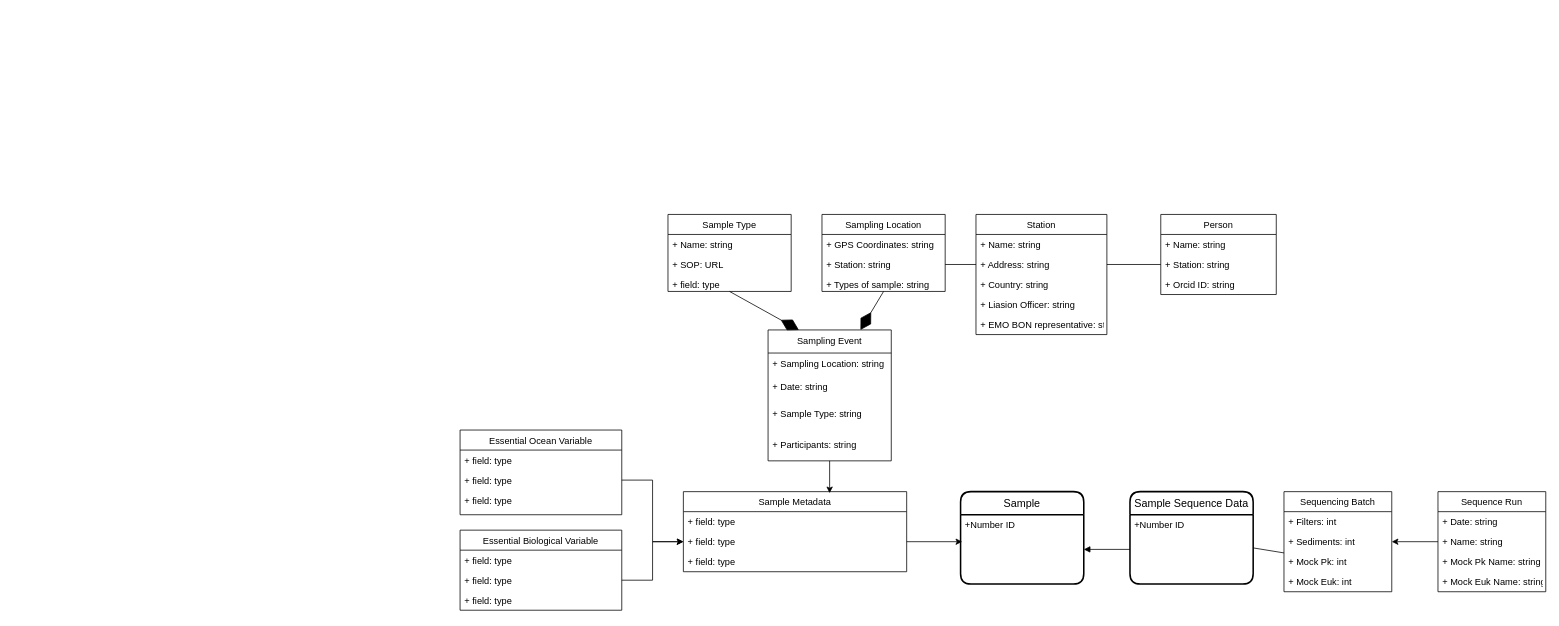
The draw.io diagram SampleAnalysisDataUML.drawio in emo-bon/RDF-Semantics, before the edit. Source tidied: cells renumbered, new cells numbered last; positions are measured from the earlier drawing's top-left corner, leaving out a move shared by most shapes. Both pictures are drawn from the tidied source at 77%, with x=0, y=0 at pixel (460, 214).
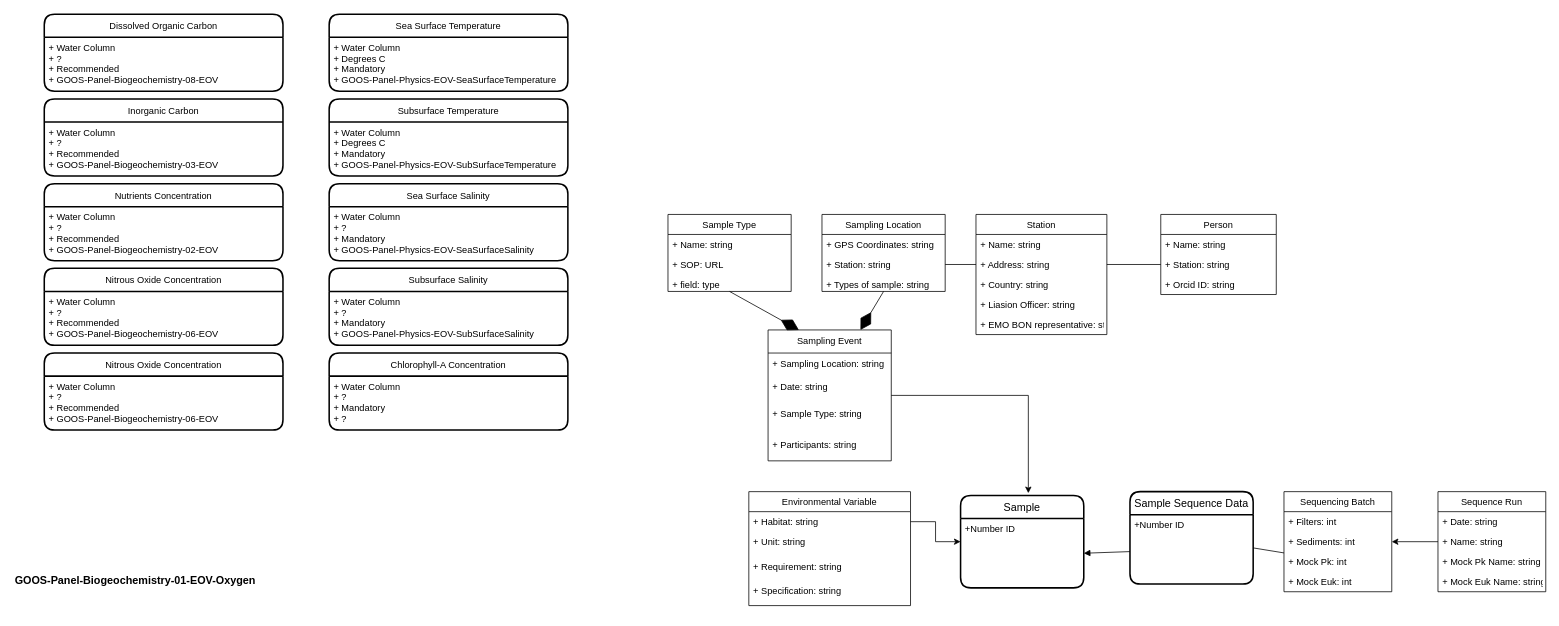
The same page after the edit.

The change refers to these unchanged cells:
```xml
<mxCell id="4" value="+Number ID" style="align=left;strokeColor=none;fillColor=none;spacingLeft=4;fontSize=12;verticalAlign=top;" parent="3" vertex="1">
  <mxGeometry y="30" width="160" height="90" as="geometry" />
</mxCell>
<mxCell id="11" value="Sampling Event" style="swimlane;fontStyle=0;horizontal=1;startSize=30;whiteSpace=wrap;html=1;" parent="1" vertex="1">
  <mxGeometry x="400" y="150" width="160" height="170" as="geometry" />
</mxCell>
```

The edit, as a diff of the source:
```diff
@@
-    <mxCell id="2" style="edgeStyle=orthogonalEdgeStyle;rounded=0;jettySize=auto;html=1;entryX=0.655;entryY=0.019;entryDx=0;entryDy=0;entryPerimeter=0;" parent="1" edge="1" source="11" target="20">
-      <mxGeometry relative="1" as="geometry" />
-    </mxCell>
     <mxCell id="3" value="Sample" style="swimlane;horizontal=1;startSize=30;rounded=1;fontSize=14;fontStyle=0;strokeWidth=2;shadow=0;dashed=0;align=center;" parent="1" vertex="1">
-      <mxGeometry x="650" y="360" width="160" height="120" as="geometry" />
+      <mxGeometry x="650" y="365" width="160" height="120" as="geometry" />
     </mxCell>
@@
+    <mxCell id="66" style="edgeStyle=orthogonalEdgeStyle;rounded=0;jettySize=auto;html=1;entryX=0.55;entryY=-0.025;entryDx=0;entryDy=0;entryPerimeter=0;startArrow=none;startFill=0;endArrow=classic;endFill=1;" parent="1" edge="1" source="11" target="3">
+      <mxGeometry relative="1" as="geometry" />
+    </mxCell>
@@
-    <mxCell id="19" style="group;" parent="1" vertex="1">
-      <mxGeometry y="280" width="580" height="234" as="geometry" />
-    </mxCell>
-    <mxCell id="20" value="Sample Metadata" style="swimlane;fontStyle=0;horizontal=1;startSize=26;fillColor=none;" parent="19" vertex="1">
-      <mxGeometry x="290" y="80" width="290" height="104" as="geometry" />
-    </mxCell>
-    <mxCell id="21" value="+ field: type" style="text;strokeColor=none;fillColor=none;align=left;verticalAlign=top;spacingLeft=4;spacingRight=4;overflow=hidden;" parent="20" vertex="1">
-      <mxGeometry y="26" width="290" height="26" as="geometry" />
-    </mxCell>
-    <mxCell id="22" value="+ field: type" style="text;strokeColor=none;fillColor=none;align=left;verticalAlign=top;spacingLeft=4;spacingRight=4;overflow=hidden;points=[[0,0.5],[1,0.5]];portConstraint=eastwest;" parent="20" vertex="1">
-      <mxGeometry y="52" width="290" height="26" as="geometry" />
-    </mxCell>
-    <mxCell id="23" value="+ field: type" style="text;strokeColor=none;fillColor=none;align=left;verticalAlign=top;spacingLeft=4;spacingRight=4;overflow=hidden;" parent="20" vertex="1">
-      <mxGeometry y="78" width="290" height="26" as="geometry" />
-    </mxCell>
-    <mxCell id="24" style="group;" parent="19" vertex="1">
-      <mxGeometry width="210" height="234" as="geometry" />
-    </mxCell>
-    <mxCell id="25" value="Essential Ocean Variable" style="swimlane;fontStyle=0;horizontal=1;startSize=26;fillColor=none;" parent="24" vertex="1">
-      <mxGeometry width="210" height="110" as="geometry" />
-    </mxCell>
-    <mxCell id="26" value="+ field: type" style="text;strokeColor=none;fillColor=none;align=left;verticalAlign=top;spacingLeft=4;spacingRight=4;overflow=hidden;" parent="25" vertex="1">
-      <mxGeometry y="26" width="210" height="26" as="geometry" />
-    </mxCell>
-    <mxCell id="27" value="+ field: type" style="text;strokeColor=none;fillColor=none;align=left;verticalAlign=top;spacingLeft=4;spacingRight=4;overflow=hidden;points=[[0,0.5],[1,0.5]];portConstraint=eastwest;" parent="25" vertex="1">
-      <mxGeometry y="52" width="210" height="26" as="geometry" />
-    </mxCell>
-    <mxCell id="28" value="+ field: type" style="text;strokeColor=none;fillColor=none;align=left;verticalAlign=top;spacingLeft=4;spacingRight=4;overflow=hidden;" parent="25" vertex="1">
-      <mxGeometry y="78" width="210" height="32" as="geometry" />
-    </mxCell>
-    <mxCell id="29" value="Essential Biological Variable" style="swimlane;fontStyle=0;horizontal=1;startSize=26;fillColor=none;" parent="24" vertex="1">
-      <mxGeometry y="130" width="210" height="104" as="geometry" />
-    </mxCell>
-    <mxCell id="30" value="+ field: type" style="text;strokeColor=none;fillColor=none;align=left;verticalAlign=top;spacingLeft=4;spacingRight=4;overflow=hidden;" parent="29" vertex="1">
-      <mxGeometry y="26" width="210" height="26" as="geometry" />
-    </mxCell>
-    <mxCell id="31" value="+ field: type" style="text;strokeColor=none;fillColor=none;align=left;verticalAlign=top;spacingLeft=4;spacingRight=4;overflow=hidden;points=[[0,0.5],[1,0.5]];portConstraint=eastwest;" parent="29" vertex="1">
-      <mxGeometry y="52" width="210" height="26" as="geometry" />
-    </mxCell>
-    <mxCell id="32" value="+ field: type" style="text;strokeColor=none;fillColor=none;align=left;verticalAlign=top;spacingLeft=4;spacingRight=4;overflow=hidden;" parent="29" vertex="1">
-      <mxGeometry y="78" width="210" height="26" as="geometry" />
-    </mxCell>
-    <mxCell id="33" style="edgeStyle=orthogonalEdgeStyle;rounded=0;jettySize=auto;html=1;entryX=0;entryY=0.5;entryDx=0;entryDy=0;" parent="19" edge="1" source="27" target="22">
-      <mxGeometry relative="1" as="geometry" />
-    </mxCell>
-    <mxCell id="34" style="edgeStyle=orthogonalEdgeStyle;rounded=0;jettySize=auto;html=1;exitX=1;exitY=0.5;exitDx=0;exitDy=0;entryX=0;entryY=0.5;entryDx=0;entryDy=0;" parent="19" edge="1" source="31" target="22">
-      <mxGeometry relative="1" as="geometry" />
-    </mxCell>
-    <mxCell id="35" style="edgeStyle=orthogonalEdgeStyle;rounded=0;jettySize=auto;html=1;entryX=0.013;entryY=0.389;entryDx=0;entryDy=0;entryPerimeter=0;" parent="1" edge="1" source="22" target="4">
-      <mxGeometry relative="1" as="geometry" />
-    </mxCell>
@@
+    <mxCell id="25" value="Environmental Variable" style="swimlane;fontStyle=0;horizontal=1;startSize=26;fillColor=none;" parent="1" vertex="1">
+      <mxGeometry x="375" y="360" width="210" height="148" as="geometry" />
+    </mxCell>
+    <mxCell id="27" value="+ Habitat: string" style="text;strokeColor=none;fillColor=none;align=left;verticalAlign=top;spacingLeft=4;spacingRight=4;overflow=hidden;points=[[0,0.5],[1,0.5]];portConstraint=eastwest;" parent="25" vertex="1">
+      <mxGeometry y="26" width="210" height="26" as="geometry" />
+    </mxCell>
+    <mxCell id="28" value="+ Unit: string" style="text;strokeColor=none;fillColor=none;align=left;verticalAlign=top;spacingLeft=4;spacingRight=4;overflow=hidden;" parent="25" vertex="1">
+      <mxGeometry y="52" width="210" height="32" as="geometry" />
+    </mxCell>
+    <mxCell id="67" value="+ Requirement: string" style="text;strokeColor=none;fillColor=none;align=left;verticalAlign=top;spacingLeft=4;spacingRight=4;overflow=hidden;" parent="25" vertex="1">
+      <mxGeometry y="84" width="210" height="32" as="geometry" />
+    </mxCell>
+    <mxCell id="68" value="+ Specification: string" style="text;strokeColor=none;fillColor=none;align=left;verticalAlign=top;spacingLeft=4;spacingRight=4;overflow=hidden;" parent="25" vertex="1">
+      <mxGeometry y="116" width="210" height="32" as="geometry" />
+    </mxCell>
+    <mxCell id="69" style="edgeStyle=orthogonalEdgeStyle;rounded=0;jettySize=auto;html=1;entryX=0;entryY=0.333;entryDx=0;entryDy=0;entryPerimeter=0;startArrow=none;startFill=0;endArrow=classic;endFill=1;" parent="1" edge="1" source="27" target="4">
+      <mxGeometry relative="1" as="geometry" />
+    </mxCell>
+    <mxCell id="70" value="&lt;h3 style=&quot;margin-top:0px;margin-bottom:0px&quot;&gt;GOOS-Panel-Biogeochemistry-01-EOV-Oxygen&lt;/h3&gt;" style="text;whiteSpace=wrap;html=1;fontSize=12;" parent="1" vertex="1">
+      <mxGeometry x="-580" y="460" width="350" height="40" as="geometry" />
+    </mxCell>
+    <mxCell id="71" style="group;" parent="1" vertex="1">
+      <mxGeometry x="-170" y="-260" width="310" height="540" as="geometry" />
+    </mxCell>
+    <mxCell id="72" value="Sea Surface Temperature" style="swimlane;horizontal=1;startSize=30;rounded=1;fontSize=12;fontStyle=0;strokeWidth=2;shadow=0;dashed=0;align=center;" parent="71" vertex="1">
+      <mxGeometry width="310" height="100" as="geometry" />
+    </mxCell>
+    <mxCell id="73" value="+ Water Column&#10;+ Degrees C&#10;+ Mandatory&#10;+ GOOS-Panel-Physics-EOV-SeaSurfaceTemperature&#10;" style="align=left;strokeColor=none;fillColor=none;spacingLeft=4;fontSize=12;verticalAlign=top;" parent="72" vertex="1">
+      <mxGeometry y="30" width="310" height="60" as="geometry" />
+    </mxCell>
+    <mxCell id="74" style="align=left;strokeColor=none;fillColor=none;spacingLeft=4;fontSize=12;verticalAlign=top;" parent="72" vertex="1">
+      <mxGeometry y="90" width="310" height="10" as="geometry" />
+    </mxCell>
+    <mxCell id="75" style="edgeStyle=orthogonalEdgeStyle;rounded=0;orthogonalLoop=1;jettySize=auto;html=1;exitX=0.5;exitY=1;exitDx=0;exitDy=0;startArrow=none;startFill=0;endArrow=classic;endFill=1;" parent="72" edge="1" source="73" target="73">
+      <mxGeometry relative="1" as="geometry" />
+    </mxCell>
+    <mxCell id="76" value="Subsurface Temperature" style="swimlane;horizontal=1;startSize=30;rounded=1;fontSize=12;fontStyle=0;strokeWidth=2;shadow=0;dashed=0;align=center;" parent="71" vertex="1">
+      <mxGeometry y="110" width="310" height="100" as="geometry" />
+    </mxCell>
+    <mxCell id="77" value="+ Water Column&#10;+ Degrees C&#10;+ Mandatory&#10;+ GOOS-Panel-Physics-EOV-SubSurfaceTemperature&#10;" style="align=left;strokeColor=none;fillColor=none;spacingLeft=4;fontSize=12;verticalAlign=top;" parent="76" vertex="1">
+      <mxGeometry y="30" width="310" height="60" as="geometry" />
+    </mxCell>
+    <mxCell id="78" style="align=left;strokeColor=none;fillColor=none;spacingLeft=4;fontSize=12;verticalAlign=top;" parent="76" vertex="1">
+      <mxGeometry y="90" width="310" height="60" as="geometry" />
+    </mxCell>
+    <mxCell id="79" style="align=left;strokeColor=none;fillColor=none;spacingLeft=4;fontSize=12;verticalAlign=top;" parent="76" vertex="1">
+      <mxGeometry y="150" width="310" height="-50" as="geometry" />
+    </mxCell>
+    <mxCell id="80" style="edgeStyle=orthogonalEdgeStyle;rounded=0;orthogonalLoop=1;jettySize=auto;html=1;exitX=0.5;exitY=1;exitDx=0;exitDy=0;startArrow=none;startFill=0;endArrow=classic;endFill=1;" parent="76" edge="1" source="77" target="77">
+      <mxGeometry relative="1" as="geometry" />
+    </mxCell>
+    <mxCell id="81" value="Subsurface Salinity" style="swimlane;horizontal=1;startSize=30;rounded=1;fontSize=12;fontStyle=0;strokeWidth=2;shadow=0;dashed=0;align=center;" parent="71" vertex="1">
+      <mxGeometry y="330" width="310" height="100" as="geometry" />
+    </mxCell>
+    <mxCell id="82" value="+ Water Column&#10;+ ?&#10;+ Mandatory&#10;+ GOOS-Panel-Physics-EOV-SubSurfaceSalinity" style="align=left;strokeColor=none;fillColor=none;spacingLeft=4;fontSize=12;verticalAlign=top;" parent="81" vertex="1">
+      <mxGeometry y="30" width="310" height="70" as="geometry" />
+    </mxCell>
+    <mxCell id="83" style="edgeStyle=orthogonalEdgeStyle;rounded=0;orthogonalLoop=1;jettySize=auto;html=1;exitX=0.5;exitY=1;exitDx=0;exitDy=0;startArrow=none;startFill=0;endArrow=classic;endFill=1;" parent="81" edge="1" source="82" target="82">
+      <mxGeometry relative="1" as="geometry" />
+    </mxCell>
+    <mxCell id="84" value="Chlorophyll-A Concentration" style="swimlane;horizontal=1;startSize=30;rounded=1;fontSize=12;fontStyle=0;strokeWidth=2;shadow=0;dashed=0;align=center;" parent="71" vertex="1">
+      <mxGeometry y="440" width="310" height="100" as="geometry" />
+    </mxCell>
+    <mxCell id="85" value="+ Water Column&#10;+ ?&#10;+ Mandatory&#10;+ ?&#10;" style="align=left;strokeColor=none;fillColor=none;spacingLeft=4;fontSize=12;verticalAlign=top;" parent="84" vertex="1">
+      <mxGeometry y="30" width="310" height="70" as="geometry" />
+    </mxCell>
+    <mxCell id="86" style="edgeStyle=orthogonalEdgeStyle;rounded=0;orthogonalLoop=1;jettySize=auto;html=1;exitX=0.5;exitY=1;exitDx=0;exitDy=0;startArrow=none;startFill=0;endArrow=classic;endFill=1;" parent="84" edge="1" source="85" target="85">
+      <mxGeometry relative="1" as="geometry" />
+    </mxCell>
+    <mxCell id="87" value="Sea Surface Salinity" style="swimlane;horizontal=1;startSize=30;rounded=1;fontSize=12;fontStyle=0;strokeWidth=2;shadow=0;dashed=0;align=center;" parent="71" vertex="1">
+      <mxGeometry y="220" width="310" height="100" as="geometry" />
+    </mxCell>
+    <mxCell id="88" value="+ Water Column&#10;+ ?&#10;+ Mandatory&#10;+ GOOS-Panel-Physics-EOV-SeaSurfaceSalinity" style="align=left;strokeColor=none;fillColor=none;spacingLeft=4;fontSize=12;verticalAlign=top;" parent="87" vertex="1">
+      <mxGeometry y="30" width="310" height="70" as="geometry" />
+    </mxCell>
+    <mxCell id="89" style="edgeStyle=orthogonalEdgeStyle;rounded=0;orthogonalLoop=1;jettySize=auto;html=1;exitX=0.5;exitY=1;exitDx=0;exitDy=0;startArrow=none;startFill=0;endArrow=classic;endFill=1;" parent="87" edge="1" source="88" target="88">
+      <mxGeometry relative="1" as="geometry" />
+    </mxCell>
+    <mxCell id="90" value="Dissolved Organic Carbon" style="swimlane;horizontal=1;startSize=30;rounded=1;fontSize=12;fontStyle=0;strokeWidth=2;shadow=0;dashed=0;align=center;" parent="1" vertex="1">
+      <mxGeometry x="-540" y="-260" width="310" height="100" as="geometry" />
+    </mxCell>
+    <mxCell id="91" value="+ Water Column&#10;+ ?&#10;+ Recommended&#10;+ GOOS-Panel-Biogeochemistry-08-EOV" style="align=left;strokeColor=none;fillColor=none;spacingLeft=4;fontSize=12;verticalAlign=top;" parent="90" vertex="1">
+      <mxGeometry y="30" width="310" height="60" as="geometry" />
+    </mxCell>
+    <mxCell id="92" style="align=left;strokeColor=none;fillColor=none;spacingLeft=4;fontSize=12;verticalAlign=top;" parent="90" vertex="1">
+      <mxGeometry y="90" width="310" height="10" as="geometry" />
+    </mxCell>
+    <mxCell id="93" style="edgeStyle=orthogonalEdgeStyle;rounded=0;orthogonalLoop=1;jettySize=auto;html=1;exitX=0.5;exitY=1;exitDx=0;exitDy=0;startArrow=none;startFill=0;endArrow=classic;endFill=1;" parent="90" edge="1" source="91" target="91">
+      <mxGeometry relative="1" as="geometry" />
+    </mxCell>
+    <mxCell id="94" value="Inorganic Carbon" style="swimlane;horizontal=1;startSize=30;rounded=1;fontSize=12;fontStyle=0;strokeWidth=2;shadow=0;dashed=0;align=center;" parent="1" vertex="1">
+      <mxGeometry x="-540" y="-150" width="310" height="100" as="geometry" />
+    </mxCell>
+    <mxCell id="95" value="+ Water Column&#10;+ ?&#10;+ Recommended&#10;+ GOOS-Panel-Biogeochemistry-03-EOV" style="align=left;strokeColor=none;fillColor=none;spacingLeft=4;fontSize=12;verticalAlign=top;" parent="94" vertex="1">
+      <mxGeometry y="30" width="310" height="60" as="geometry" />
+    </mxCell>
+    <mxCell id="96" style="align=left;strokeColor=none;fillColor=none;spacingLeft=4;fontSize=12;verticalAlign=top;" parent="94" vertex="1">
+      <mxGeometry y="90" width="310" height="10" as="geometry" />
+    </mxCell>
+    <mxCell id="97" style="edgeStyle=orthogonalEdgeStyle;rounded=0;orthogonalLoop=1;jettySize=auto;html=1;exitX=0.5;exitY=1;exitDx=0;exitDy=0;startArrow=none;startFill=0;endArrow=classic;endFill=1;" parent="94" edge="1" source="95" target="95">
+      <mxGeometry relative="1" as="geometry" />
+    </mxCell>
+    <mxCell id="98" value="Nutrients Concentration" style="swimlane;horizontal=1;startSize=30;rounded=1;fontSize=12;fontStyle=0;strokeWidth=2;shadow=0;dashed=0;align=center;" parent="1" vertex="1">
+      <mxGeometry x="-540" y="-40" width="310" height="100" as="geometry" />
+    </mxCell>
+    <mxCell id="99" value="+ Water Column&#10;+ ?&#10;+ Recommended&#10;+ GOOS-Panel-Biogeochemistry-02-EOV" style="align=left;strokeColor=none;fillColor=none;spacingLeft=4;fontSize=12;verticalAlign=top;" parent="98" vertex="1">
+      <mxGeometry y="30" width="310" height="60" as="geometry" />
+    </mxCell>
+    <mxCell id="100" style="align=left;strokeColor=none;fillColor=none;spacingLeft=4;fontSize=12;verticalAlign=top;" parent="98" vertex="1">
+      <mxGeometry y="90" width="310" height="10" as="geometry" />
+    </mxCell>
+    <mxCell id="101" style="edgeStyle=orthogonalEdgeStyle;rounded=0;orthogonalLoop=1;jettySize=auto;html=1;exitX=0.5;exitY=1;exitDx=0;exitDy=0;startArrow=none;startFill=0;endArrow=classic;endFill=1;" parent="98" edge="1" source="99" target="99">
+      <mxGeometry relative="1" as="geometry" />
+    </mxCell>
+    <mxCell id="102" value="Nitrous Oxide Concentration" style="swimlane;horizontal=1;startSize=30;rounded=1;fontSize=12;fontStyle=0;strokeWidth=2;shadow=0;dashed=0;align=center;" parent="1" vertex="1">
+      <mxGeometry x="-540" y="70" width="310" height="100" as="geometry" />
+    </mxCell>
+    <mxCell id="103" value="+ Water Column&#10;+ ?&#10;+ Recommended&#10;+ GOOS-Panel-Biogeochemistry-06-EOV" style="align=left;strokeColor=none;fillColor=none;spacingLeft=4;fontSize=12;verticalAlign=top;" parent="102" vertex="1">
+      <mxGeometry y="30" width="310" height="60" as="geometry" />
+    </mxCell>
+    <mxCell id="104" style="align=left;strokeColor=none;fillColor=none;spacingLeft=4;fontSize=12;verticalAlign=top;" parent="102" vertex="1">
+      <mxGeometry y="90" width="310" height="10" as="geometry" />
+    </mxCell>
+    <mxCell id="105" style="edgeStyle=orthogonalEdgeStyle;rounded=0;orthogonalLoop=1;jettySize=auto;html=1;exitX=0.5;exitY=1;exitDx=0;exitDy=0;startArrow=none;startFill=0;endArrow=classic;endFill=1;" parent="102" edge="1" source="103" target="103">
+      <mxGeometry relative="1" as="geometry" />
+    </mxCell>
+    <mxCell id="106" value="Nitrous Oxide Concentration" style="swimlane;horizontal=1;startSize=30;rounded=1;fontSize=12;fontStyle=0;strokeWidth=2;shadow=0;dashed=0;align=center;" parent="1" vertex="1">
+      <mxGeometry x="-540" y="180" width="310" height="100" as="geometry" />
+    </mxCell>
+    <mxCell id="107" value="+ Water Column&#10;+ ?&#10;+ Recommended&#10;+ GOOS-Panel-Biogeochemistry-06-EOV" style="align=left;strokeColor=none;fillColor=none;spacingLeft=4;fontSize=12;verticalAlign=top;" parent="106" vertex="1">
+      <mxGeometry y="30" width="310" height="60" as="geometry" />
+    </mxCell>
+    <mxCell id="108" style="align=left;strokeColor=none;fillColor=none;spacingLeft=4;fontSize=12;verticalAlign=top;" parent="106" vertex="1">
+      <mxGeometry y="90" width="310" height="10" as="geometry" />
+    </mxCell>
+    <mxCell id="109" style="edgeStyle=orthogonalEdgeStyle;rounded=0;orthogonalLoop=1;jettySize=auto;html=1;exitX=0.5;exitY=1;exitDx=0;exitDy=0;startArrow=none;startFill=0;endArrow=classic;endFill=1;" parent="106" edge="1" source="107" target="107">
+      <mxGeometry relative="1" as="geometry" />
+    </mxCell>
```
